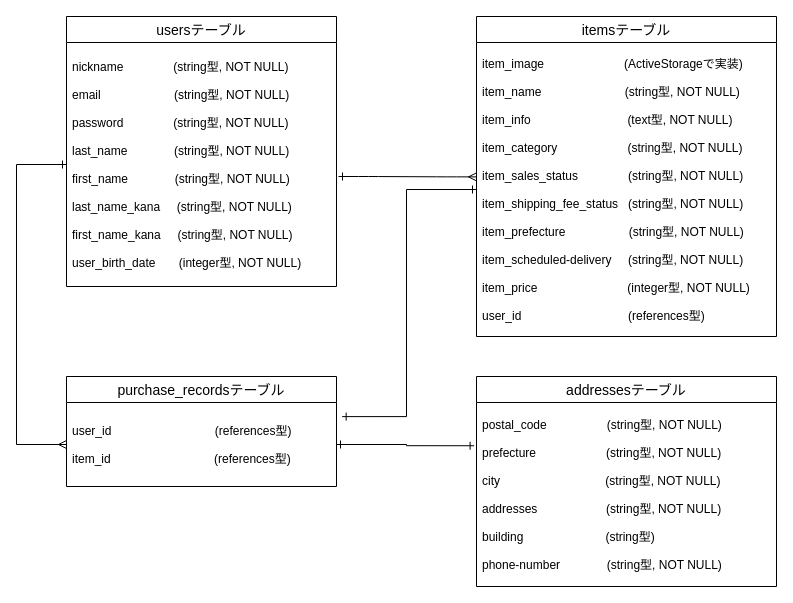
sakurait428/furima-33857 keeps this draw.io diagram as er.dio. Above is the earlier version. Source tidied: cells renumbered, new cells numbered last; positions are measured from the earlier drawing's top-left corner, leaving out a move shared by most shapes. Both pictures are drawn from the tidied source at 100%, with x=0, y=0 at pixel (16, 16).
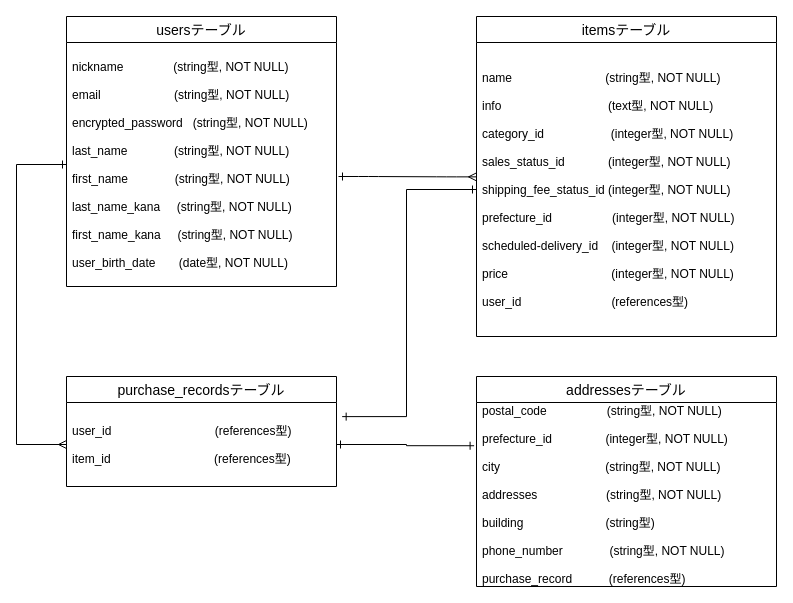
After the change.

Commit message (it also covers changes not shown here):
データベース設計　修正２

The edit, as a diff of the source:
```diff
@@
 <mxGraphModel>
   <root>
     <mxCell id="0" />
     <mxCell id="1" parent="0" />
     <mxCell id="2" value="usersテーブル" style="swimlane;fontStyle=0;horizontal=1;startSize=26;align=center;fontSize=14;" parent="1" vertex="1">
       <mxGeometry x="50" width="270" height="270" as="geometry" />
     </mxCell>
-    <mxCell id="3" value="nickname               (string型, NOT NULL)&#10;&#10;email                      (string型, NOT NULL)&#10;&#10;password               (string型, NOT NULL)&#10;&#10;last_name              (string型, NOT NULL)&#10;&#10;first_name              (string型, NOT NULL)&#10;&#10;last_name_kana     (string型, NOT NULL)&#10;&#10;first_name_kana     (string型, NOT NULL)&#10;&#10;user_birth_date       (integer型, NOT NULL)" style="text;strokeColor=none;fillColor=none;spacingLeft=4;spacingRight=4;overflow=hidden;points=[[0,0.5],[1,0.5]];portConstraint=eastwest;fontSize=12;verticalAlign=middle;fontFamily=Helvetica;" parent="2" vertex="1">
+    <mxCell id="3" value="nickname               (string型, NOT NULL)&#10;&#10;email                      (string型, NOT NULL)&#10;&#10;encrypted_password   (string型, NOT NULL)&#10;&#10;last_name              (string型, NOT NULL)&#10;&#10;first_name              (string型, NOT NULL)&#10;&#10;last_name_kana     (string型, NOT NULL)&#10;&#10;first_name_kana     (string型, NOT NULL)&#10;&#10;user_birth_date       (date型, NOT NULL)" style="text;strokeColor=none;fillColor=none;spacingLeft=4;spacingRight=4;overflow=hidden;points=[[0,0.5],[1,0.5]];portConstraint=eastwest;fontSize=12;verticalAlign=middle;fontFamily=Helvetica;" parent="2" vertex="1">
       <mxGeometry y="26" width="270" height="244" as="geometry" />
     </mxCell>
     <mxCell id="4" value="purchase_recordsテーブル" style="swimlane;fontStyle=0;horizontal=1;startSize=26;align=center;fontSize=14;" parent="1" vertex="1">
       <mxGeometry x="50" y="360" width="270" height="110" as="geometry" />
     </mxCell>
     <mxCell id="5" value="user_id                               (references型)&#10;&#10;item_id                               (references型)" style="text;strokeColor=none;fillColor=none;spacingLeft=4;spacingRight=4;overflow=hidden;points=[[0,0.5],[1,0.5]];portConstraint=eastwest;fontSize=12;verticalAlign=middle;fontFamily=Helvetica;" parent="4" vertex="1">
       <mxGeometry y="26" width="270" height="84" as="geometry" />
     </mxCell>
     <mxCell id="6" value="itemsテーブル" style="swimlane;fontStyle=0;horizontal=1;startSize=26;align=center;fontSize=14;" parent="1" vertex="1">
       <mxGeometry x="460" width="300" height="320" as="geometry" />
     </mxCell>
-    <mxCell id="7" value="item_image                        (ActiveStorageで実装)&#10;&#10;item_name                         (string型, NOT NULL)&#10;&#10;item_info                             (text型, NOT NULL)&#10;&#10;item_category                     (string型, NOT NULL)&#10;&#10;item_sales_status               (string型, NOT NULL)&#10;&#10;item_shipping_fee_status   (string型, NOT NULL)&#10;&#10;item_prefecture                   (string型, NOT NULL)&#10;&#10;item_scheduled-delivery     (string型, NOT NULL)&#10;&#10;item_price                           (integer型, NOT NULL)&#10;&#10;user_id                                (references型)" style="text;strokeColor=none;fillColor=none;spacingLeft=4;spacingRight=4;overflow=hidden;points=[[0,0.5],[1,0.5]];portConstraint=eastwest;fontSize=12;verticalAlign=middle;fontFamily=Helvetica;" parent="6" vertex="1">
+    <mxCell id="7" value="name                            (string型, NOT NULL)&#10;&#10;info                                (text型, NOT NULL)&#10;&#10;category_id                    (integer型, NOT NULL)&#10;&#10;sales_status_id             (integer型, NOT NULL)&#10;&#10;shipping_fee_status_id (integer型, NOT NULL)&#10;&#10;prefecture_id                  (integer型, NOT NULL)&#10;&#10;scheduled-delivery_id    (integer型, NOT NULL)&#10;&#10;price                               (integer型, NOT NULL)&#10;&#10;user_id                           (references型)" style="text;strokeColor=none;fillColor=none;spacingLeft=4;spacingRight=4;overflow=hidden;points=[[0,0.5],[1,0.5]];portConstraint=eastwest;fontSize=12;verticalAlign=middle;fontFamily=Helvetica;" parent="6" vertex="1">
       <mxGeometry y="26" width="300" height="294" as="geometry" />
     </mxCell>
     <mxCell id="8" style="edgeStyle=entityRelationEdgeStyle;fontSize=12;html=1;endArrow=ERmany;entryX=0;entryY=0.457;entryDx=0;entryDy=0;entryPerimeter=0;strokeWidth=1;endFill=0;startArrow=ERone;startFill=0;jumpSize=6;shadow=0;" parent="1" edge="1" target="7">
       <mxGeometry relative="1" as="geometry">
         <mxPoint x="322" y="160" as="sourcePoint" />
       </mxGeometry>
     </mxCell>
     <mxCell id="9" value="addressesテーブル" style="swimlane;fontStyle=0;horizontal=1;startSize=26;align=center;fontSize=14;" parent="1" vertex="1">
       <mxGeometry x="460" y="360" width="300" height="210" as="geometry" />
     </mxCell>
-    <mxCell id="10" value="postal_code                  (string型, NOT NULL)&#10;&#10;prefecture                     (string型, NOT NULL)&#10;&#10;city 　                           (string型, NOT NULL)&#10;&#10;addresses               　  (string型, NOT NULL)&#10;&#10;building                  　   (string型)&#10;&#10;phone-number              (string型, NOT NULL)" style="text;strokeColor=none;fillColor=none;spacingLeft=4;spacingRight=4;overflow=hidden;points=[[0,0.5],[1,0.5]];portConstraint=eastwest;fontSize=12;verticalAlign=middle;fontFamily=Helvetica;" parent="9" vertex="1">
+    <mxCell id="10" value="postal_code                  (string型, NOT NULL)&#10;&#10;prefecture_id                (integer型, NOT NULL)&#10;&#10;city 　                           (string型, NOT NULL)&#10;&#10;addresses               　  (string型, NOT NULL)&#10;&#10;building                  　   (string型)&#10;&#10;phone_number              (string型, NOT NULL)&#10;&#10;purchase_record           (references型)" style="text;strokeColor=none;fillColor=none;spacingLeft=4;spacingRight=4;overflow=hidden;points=[[0,0.5],[1,0.5]];portConstraint=eastwest;fontSize=12;verticalAlign=middle;fontFamily=Helvetica;" parent="9" vertex="1">
       <mxGeometry y="26" width="300" height="184" as="geometry" />
     </mxCell>
     <mxCell id="11" style="edgeStyle=orthogonalEdgeStyle;rounded=0;jettySize=auto;html=1;entryX=0;entryY=0.5;entryDx=0;entryDy=0;startArrow=ERone;startFill=0;endArrow=ERmany;endFill=0;" parent="1" edge="1" source="3" target="5">
       <mxGeometry relative="1" as="geometry">
         <Array as="points">
           <mxPoint y="148" />
           <mxPoint y="428" />
         </Array>
       </mxGeometry>
     </mxCell>
     <mxCell id="12" style="edgeStyle=orthogonalEdgeStyle;rounded=0;jettySize=auto;html=1;startArrow=ERone;startFill=0;endArrow=ERone;endFill=0;entryX=1.021;entryY=0.168;entryDx=0;entryDy=0;entryPerimeter=0;" parent="1" edge="1" source="7" target="5">
       <mxGeometry relative="1" as="geometry" />
     </mxCell>
     <mxCell id="13" style="edgeStyle=orthogonalEdgeStyle;rounded=0;jettySize=auto;html=1;startArrow=ERone;startFill=0;endArrow=ERone;endFill=0;entryX=-0.008;entryY=0.235;entryDx=0;entryDy=0;entryPerimeter=0;" parent="1" edge="1" source="5" target="10">
       <mxGeometry relative="1" as="geometry" />
     </mxCell>
   </root>
 </mxGraphModel>
```
